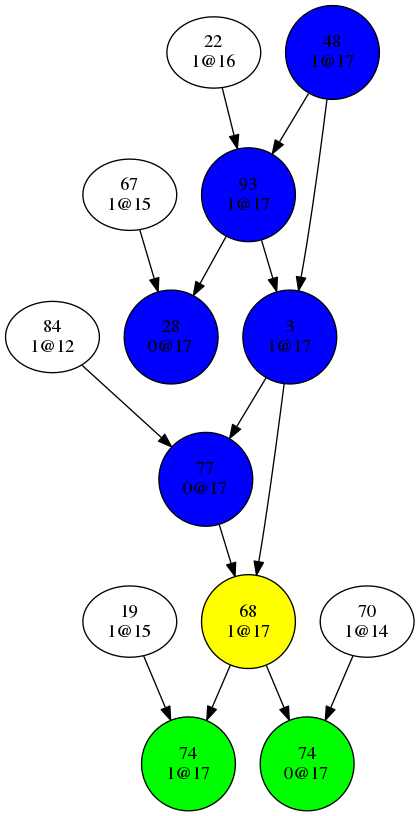
Oxmose/SATSolver keeps this Graphviz diagram as dev/bin/conflictGraph1.png. Above is the earlier version. Its source is kept beside it as dev/bin/conflictGraph1.dot.
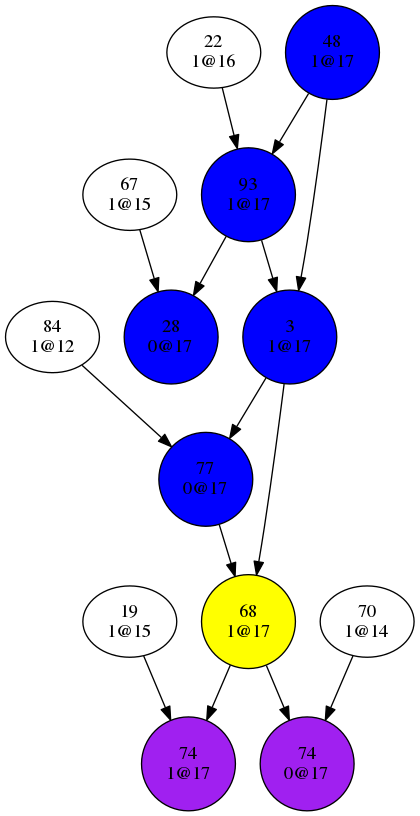
Later version of the same file.

Diff of the diagram source:
```diff
@@ -56,9 +56,9 @@
 "68
 1@17"[shape=circle, style=filled, fillcolor=yellow];
 "74
-0@17"[shape=circle, style=filled, fillcolor=green];
+0@17"[shape=circle, style=filled, fillcolor=purple];
 "74
-1@17"[shape=circle, style=filled, fillcolor=green];
+1@17"[shape=circle, style=filled, fillcolor=purple];
 "77
 0@17"[shape=circle, style=filled, fillcolor=blue];
 "93
```
